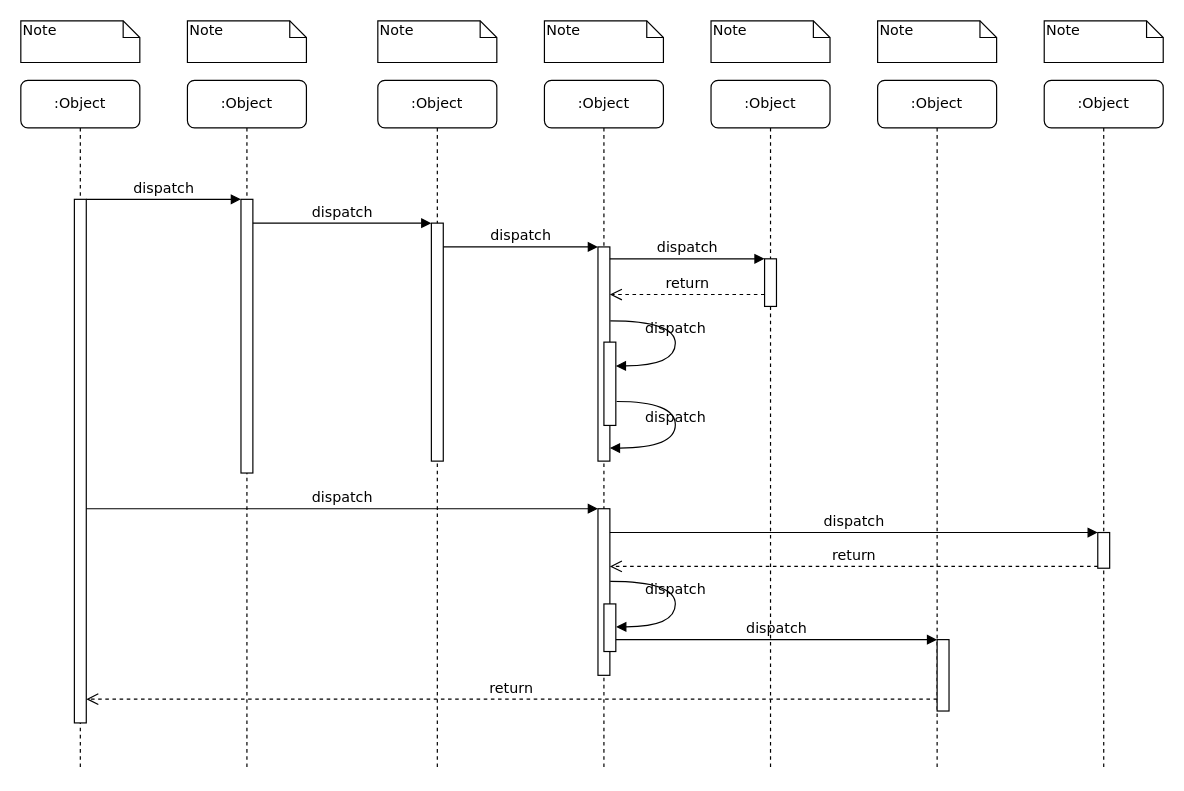
Before: 未命名绘图.drawio in wuyuhang911/draw, a draw.io diagram. Source tidied: cells renumbered, new cells numbered last; positions are measured from the earlier drawing's top-left corner, leaving out a move shared by most shapes. Both pictures are drawn from the tidied source at 119%, with x=0, y=0 at pixel (20, 20).
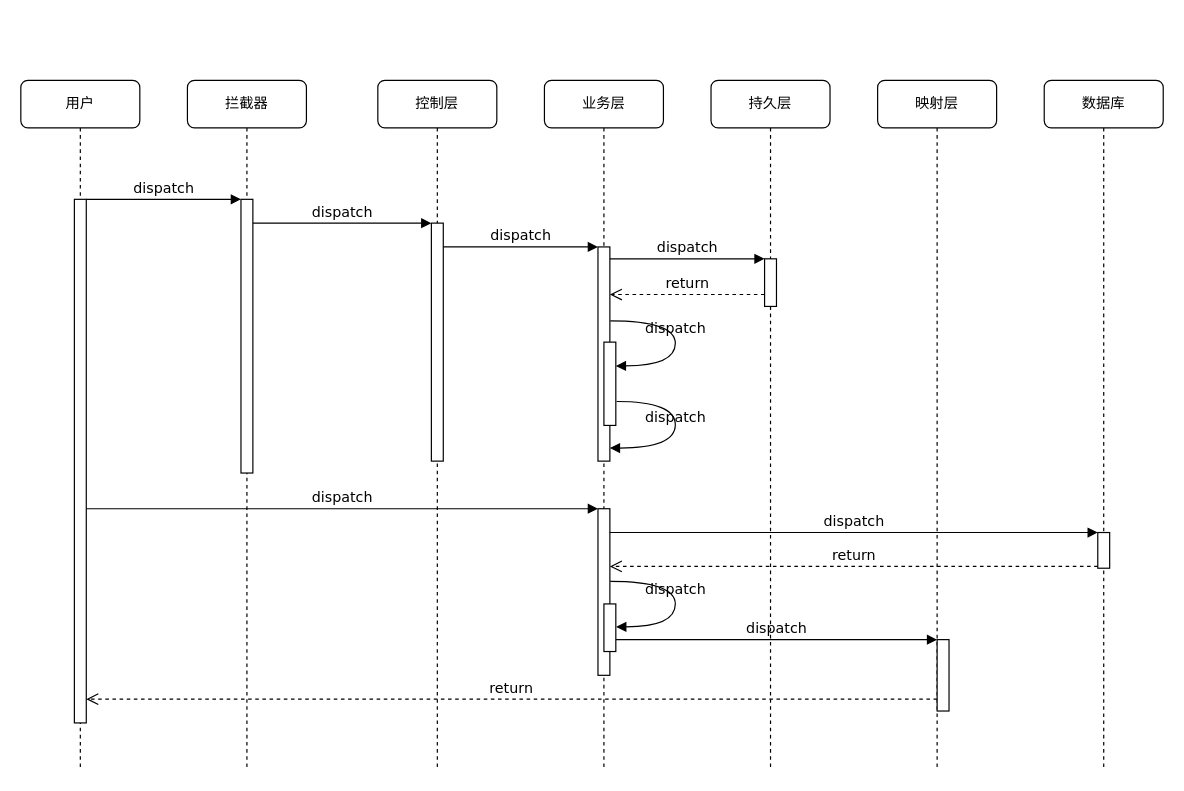
The same page after the edit.

Commit message:
更新未命名绘图.drawio

The edit, as a diff of the source:
```diff
@@
-    <mxCell id="2" value=":Object" style="shape=umlLifeline;perimeter=lifelinePerimeter;whiteSpace=wrap;html=1;rounded=1;shadow=0;comic=0;labelBackgroundColor=none;strokeWidth=1;fontFamily=Verdana;fontSize=12;align=center;" parent="1" vertex="1">
+    <mxCell id="2" value="拦截器" style="shape=umlLifeline;perimeter=lifelinePerimeter;whiteSpace=wrap;html=1;rounded=1;shadow=0;comic=0;labelBackgroundColor=none;strokeWidth=1;fontFamily=Verdana;fontSize=12;align=center;" parent="1" vertex="1">
       <mxGeometry x="140" y="50" width="100" height="580" as="geometry" />
     </mxCell>
@@
-    <mxCell id="4" value=":Object" style="shape=umlLifeline;perimeter=lifelinePerimeter;whiteSpace=wrap;html=1;rounded=1;shadow=0;comic=0;labelBackgroundColor=none;strokeWidth=1;fontFamily=Verdana;fontSize=12;align=center;" parent="1" vertex="1">
+    <mxCell id="4" value="控制层" style="shape=umlLifeline;perimeter=lifelinePerimeter;whiteSpace=wrap;html=1;rounded=1;shadow=0;comic=0;labelBackgroundColor=none;strokeWidth=1;fontFamily=Verdana;fontSize=12;align=center;" parent="1" vertex="1">
       <mxGeometry x="300" y="50" width="100" height="580" as="geometry" />
     </mxCell>
@@
-    <mxCell id="6" value=":Object" style="shape=umlLifeline;perimeter=lifelinePerimeter;whiteSpace=wrap;html=1;rounded=1;shadow=0;comic=0;labelBackgroundColor=none;strokeWidth=1;fontFamily=Verdana;fontSize=12;align=center;" parent="1" vertex="1">
+    <mxCell id="6" value="业务层" style="shape=umlLifeline;perimeter=lifelinePerimeter;whiteSpace=wrap;html=1;rounded=1;shadow=0;comic=0;labelBackgroundColor=none;strokeWidth=1;fontFamily=Verdana;fontSize=12;align=center;" parent="1" vertex="1">
       <mxGeometry x="440" y="50" width="100" height="580" as="geometry" />
     </mxCell>
-    <mxCell id="7" value=":Object" style="shape=umlLifeline;perimeter=lifelinePerimeter;whiteSpace=wrap;html=1;rounded=1;shadow=0;comic=0;labelBackgroundColor=none;strokeWidth=1;fontFamily=Verdana;fontSize=12;align=center;" parent="1" vertex="1">
+    <mxCell id="7" value="持久层" style="shape=umlLifeline;perimeter=lifelinePerimeter;whiteSpace=wrap;html=1;rounded=1;shadow=0;comic=0;labelBackgroundColor=none;strokeWidth=1;fontFamily=Verdana;fontSize=12;align=center;" parent="1" vertex="1">
       <mxGeometry x="580" y="50" width="100" height="580" as="geometry" />
     </mxCell>
-    <mxCell id="8" value=":Object" style="shape=umlLifeline;perimeter=lifelinePerimeter;whiteSpace=wrap;html=1;rounded=1;shadow=0;comic=0;labelBackgroundColor=none;strokeWidth=1;fontFamily=Verdana;fontSize=12;align=center;" parent="1" vertex="1">
+    <mxCell id="8" value="映射层" style="shape=umlLifeline;perimeter=lifelinePerimeter;whiteSpace=wrap;html=1;rounded=1;shadow=0;comic=0;labelBackgroundColor=none;strokeWidth=1;fontFamily=Verdana;fontSize=12;align=center;" parent="1" vertex="1">
       <mxGeometry x="720" y="50" width="100" height="580" as="geometry" />
     </mxCell>
-    <mxCell id="9" value=":Object" style="shape=umlLifeline;perimeter=lifelinePerimeter;whiteSpace=wrap;html=1;rounded=1;shadow=0;comic=0;labelBackgroundColor=none;strokeWidth=1;fontFamily=Verdana;fontSize=12;align=center;" parent="1" vertex="1">
+    <mxCell id="9" value="数据库" style="shape=umlLifeline;perimeter=lifelinePerimeter;whiteSpace=wrap;html=1;rounded=1;shadow=0;comic=0;labelBackgroundColor=none;strokeWidth=1;fontFamily=Verdana;fontSize=12;align=center;" parent="1" vertex="1">
       <mxGeometry x="860" y="50" width="100" height="580" as="geometry" />
     </mxCell>
-    <mxCell id="10" value=":Object" style="shape=umlLifeline;perimeter=lifelinePerimeter;whiteSpace=wrap;html=1;rounded=1;shadow=0;comic=0;labelBackgroundColor=none;strokeWidth=1;fontFamily=Verdana;fontSize=12;align=center;" parent="1" vertex="1">
+    <mxCell id="10" value="用户" style="shape=umlLifeline;perimeter=lifelinePerimeter;whiteSpace=wrap;html=1;rounded=1;shadow=0;comic=0;labelBackgroundColor=none;strokeWidth=1;fontFamily=Verdana;fontSize=12;align=center;" parent="1" vertex="1">
       <mxGeometry y="50" width="100" height="580" as="geometry" />
     </mxCell>
@@
-    <mxCell id="32" value="Note" style="shape=note;whiteSpace=wrap;html=1;size=14;verticalAlign=top;align=left;spacingTop=-6;rounded=0;shadow=0;comic=0;labelBackgroundColor=none;strokeWidth=1;fontFamily=Verdana;fontSize=12;" parent="1" vertex="1">
-      <mxGeometry width="100" height="35" as="geometry" />
-    </mxCell>
-    <mxCell id="33" value="Note" style="shape=note;whiteSpace=wrap;html=1;size=14;verticalAlign=top;align=left;spacingTop=-6;rounded=0;shadow=0;comic=0;labelBackgroundColor=none;strokeWidth=1;fontFamily=Verdana;fontSize=12;" parent="1" vertex="1">
-      <mxGeometry x="140" width="100" height="35" as="geometry" />
-    </mxCell>
-    <mxCell id="34" value="Note" style="shape=note;whiteSpace=wrap;html=1;size=14;verticalAlign=top;align=left;spacingTop=-6;rounded=0;shadow=0;comic=0;labelBackgroundColor=none;strokeWidth=1;fontFamily=Verdana;fontSize=12;" parent="1" vertex="1">
-      <mxGeometry x="300" width="100" height="35" as="geometry" />
-    </mxCell>
-    <mxCell id="35" value="Note" style="shape=note;whiteSpace=wrap;html=1;size=14;verticalAlign=top;align=left;spacingTop=-6;rounded=0;shadow=0;comic=0;labelBackgroundColor=none;strokeWidth=1;fontFamily=Verdana;fontSize=12;" parent="1" vertex="1">
-      <mxGeometry x="440" width="100" height="35" as="geometry" />
-    </mxCell>
-    <mxCell id="36" value="Note" style="shape=note;whiteSpace=wrap;html=1;size=14;verticalAlign=top;align=left;spacingTop=-6;rounded=0;shadow=0;comic=0;labelBackgroundColor=none;strokeWidth=1;fontFamily=Verdana;fontSize=12;" parent="1" vertex="1">
-      <mxGeometry x="580" width="100" height="35" as="geometry" />
-    </mxCell>
-    <mxCell id="37" value="Note" style="shape=note;whiteSpace=wrap;html=1;size=14;verticalAlign=top;align=left;spacingTop=-6;rounded=0;shadow=0;comic=0;labelBackgroundColor=none;strokeWidth=1;fontFamily=Verdana;fontSize=12;" parent="1" vertex="1">
-      <mxGeometry x="720" width="100" height="35" as="geometry" />
-    </mxCell>
-    <mxCell id="38" value="Note" style="shape=note;whiteSpace=wrap;html=1;size=14;verticalAlign=top;align=left;spacingTop=-6;rounded=0;shadow=0;comic=0;labelBackgroundColor=none;strokeWidth=1;fontFamily=Verdana;fontSize=12;" parent="1" vertex="1">
-      <mxGeometry x="860" width="100" height="35" as="geometry" />
-    </mxCell>
```
